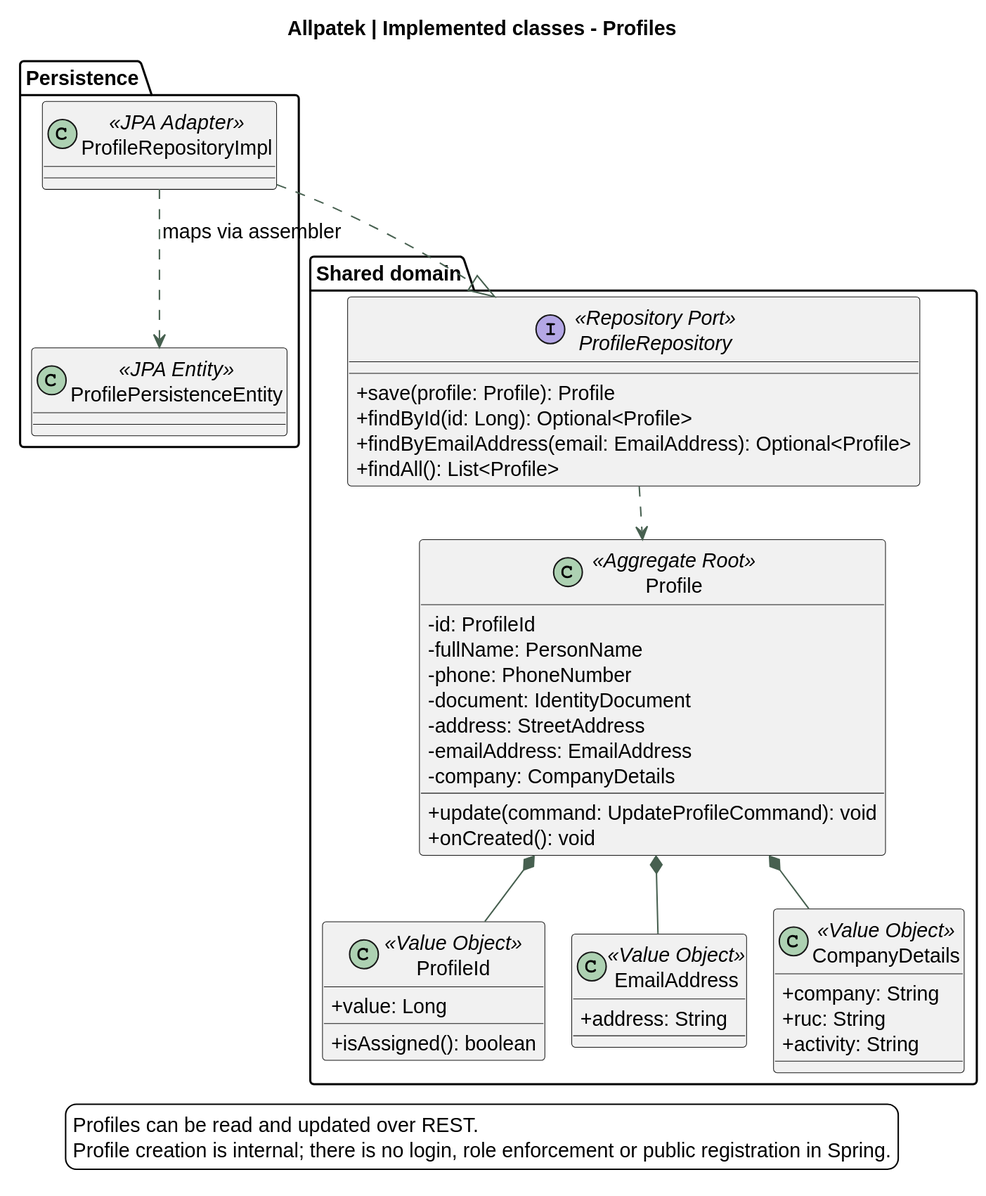
Earlier version of the PlantUML export assets/chapter-04/architecture/08-classes-users.svg (upc-pre-202620-1asi0729-7753-Terranova/allpatek-report).
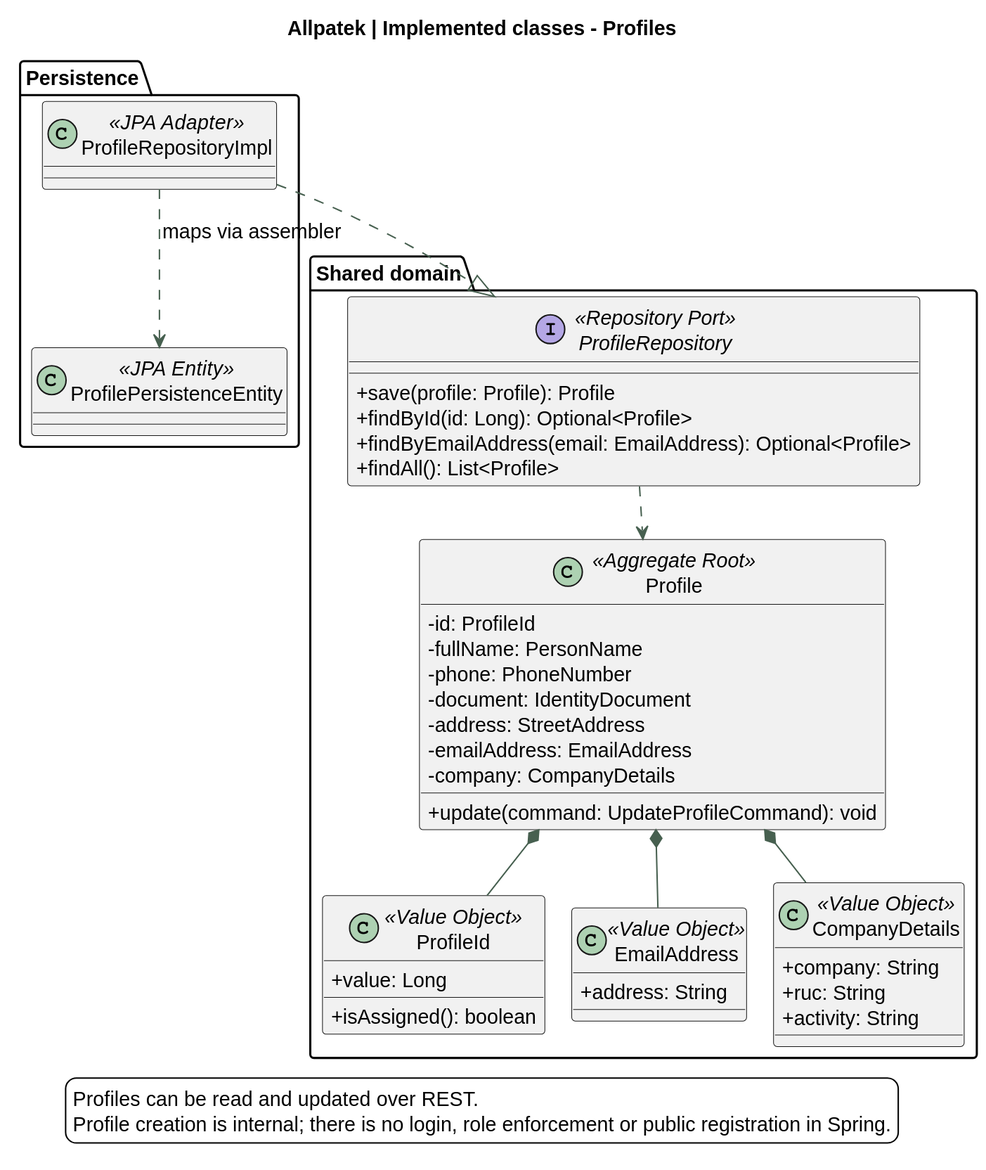
After the change.

Commit message:
docs(architecture): remove Profile.onCreated from class diagram

Diff of the diagram source:
```diff
@@ -20,7 +20,6 @@
     -emailAddress: EmailAddress
     -company: CompanyDetails
     +update(command: UpdateProfileCommand): void
-    +onCreated(): void
   }
 
   class ProfileId <<Value Object>> {
```
